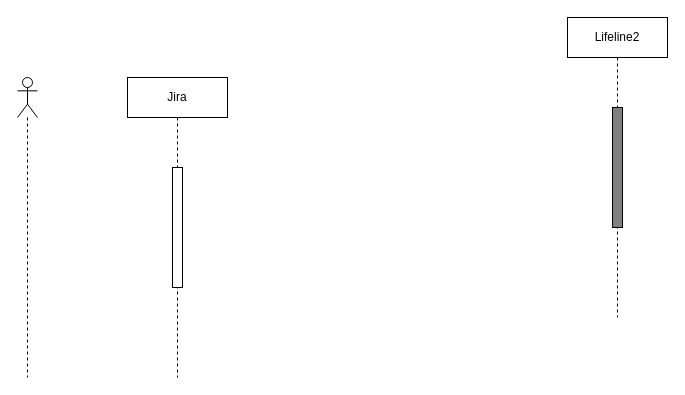
The draw.io diagram SnowJira.drawio in algimas/tmp, before the edit. Source tidied: cells renumbered, new cells numbered last; positions are measured from the earlier drawing's top-left corner, leaving out a move shared by most shapes. Both pictures are drawn from the tidied source at 100%, with x=0, y=0 at pixel (17, 17).
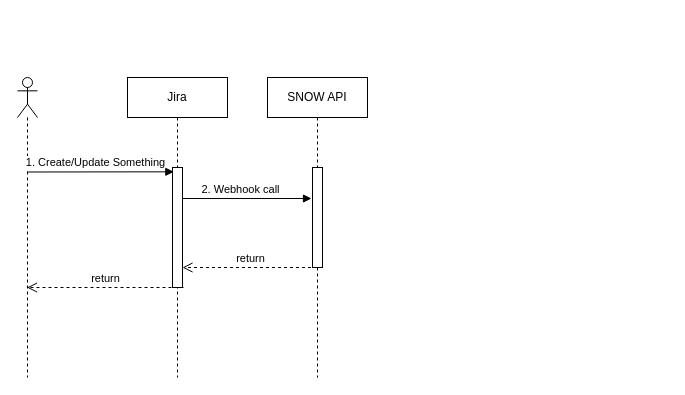
The same page after the edit.

The edit, as a diff of the source:
```diff
@@
 <mxGraphModel>
   <root>
     <mxCell id="0" />
     <mxCell id="1" parent="0" />
+    <mxCell id="7" value="2. Webhook call" style="html=1;verticalAlign=bottom;endArrow=block;entryX=-0.1;entryY=0.375;entryDx=0;entryDy=0;entryPerimeter=0;" parent="1" edge="1">
+      <mxGeometry x="-0.06" relative="1" as="geometry">
+        <mxPoint x="159.5" y="181" as="sourcePoint" />
+        <mxPoint x="294" y="181" as="targetPoint" />
+      </mxGeometry>
+    </mxCell>
     <mxCell id="2" style="shape=umlLifeline;participant=umlActor;perimeter=lifelinePerimeter;whiteSpace=wrap;html=1;verticalAlign=top;spacingTop=36;outlineConnect=0;" parent="1" vertex="1">
       <mxGeometry y="60" width="20" height="300" as="geometry" />
     </mxCell>
-    <mxCell id="3" value="Lifeline2" style="shape=umlLifeline;perimeter=lifelinePerimeter;whiteSpace=wrap;html=1;" parent="1" vertex="1">
-      <mxGeometry x="550" width="100" height="300" as="geometry" />
-    </mxCell>
-    <mxCell id="4" style="html=1;perimeter=orthogonalPerimeter;fillColor=#808080;" parent="3" vertex="1">
-      <mxGeometry x="45" y="90" width="10" height="120" as="geometry" />
-    </mxCell>
     <mxCell id="5" value="Jira" style="shape=umlLifeline;perimeter=lifelinePerimeter;whiteSpace=wrap;html=1;" parent="1" vertex="1">
       <mxGeometry x="110" y="60" width="100" height="300" as="geometry" />
     </mxCell>
     <mxCell id="6" style="html=1;points=[];perimeter=orthogonalPerimeter;" parent="5" vertex="1">
       <mxGeometry x="45" y="90" width="10" height="120" as="geometry" />
     </mxCell>
+    <mxCell id="8" value="return" style="html=1;verticalAlign=bottom;endArrow=open;dashed=1;endSize=8;exitX=1.1;exitY=1;exitDx=0;exitDy=0;exitPerimeter=0;" parent="1" edge="1" source="6" target="2">
+      <mxGeometry relative="1" as="geometry" />
+    </mxCell>
+    <mxCell id="9" value="1. Create/Update Something" style="html=1;verticalAlign=bottom;endArrow=block;entryX=0.133;entryY=0.036;entryDx=0;entryDy=0;entryPerimeter=0;" parent="1" edge="1" target="6">
+      <mxGeometry x="-0.06" relative="1" as="geometry">
+        <mxPoint x="9.5" y="154.5" as="sourcePoint" />
+      </mxGeometry>
+    </mxCell>
+    <mxCell id="10" value="SNOW API" style="shape=umlLifeline;perimeter=lifelinePerimeter;whiteSpace=wrap;html=1;" parent="1" vertex="1">
+      <mxGeometry x="250" y="60" width="100" height="300" as="geometry" />
+    </mxCell>
+    <mxCell id="11" style="html=1;perimeter=orthogonalPerimeter;" parent="10" vertex="1">
+      <mxGeometry x="45" y="90" width="10" height="100" as="geometry" />
+    </mxCell>
+    <mxCell id="12" value="return" style="html=1;verticalAlign=bottom;endArrow=open;dashed=1;endSize=8;" parent="1" edge="1" target="6">
+      <mxGeometry relative="1" as="geometry">
+        <mxPoint x="299.5" y="250" as="sourcePoint" />
+      </mxGeometry>
+    </mxCell>
   </root>
 </mxGraphModel>
```
